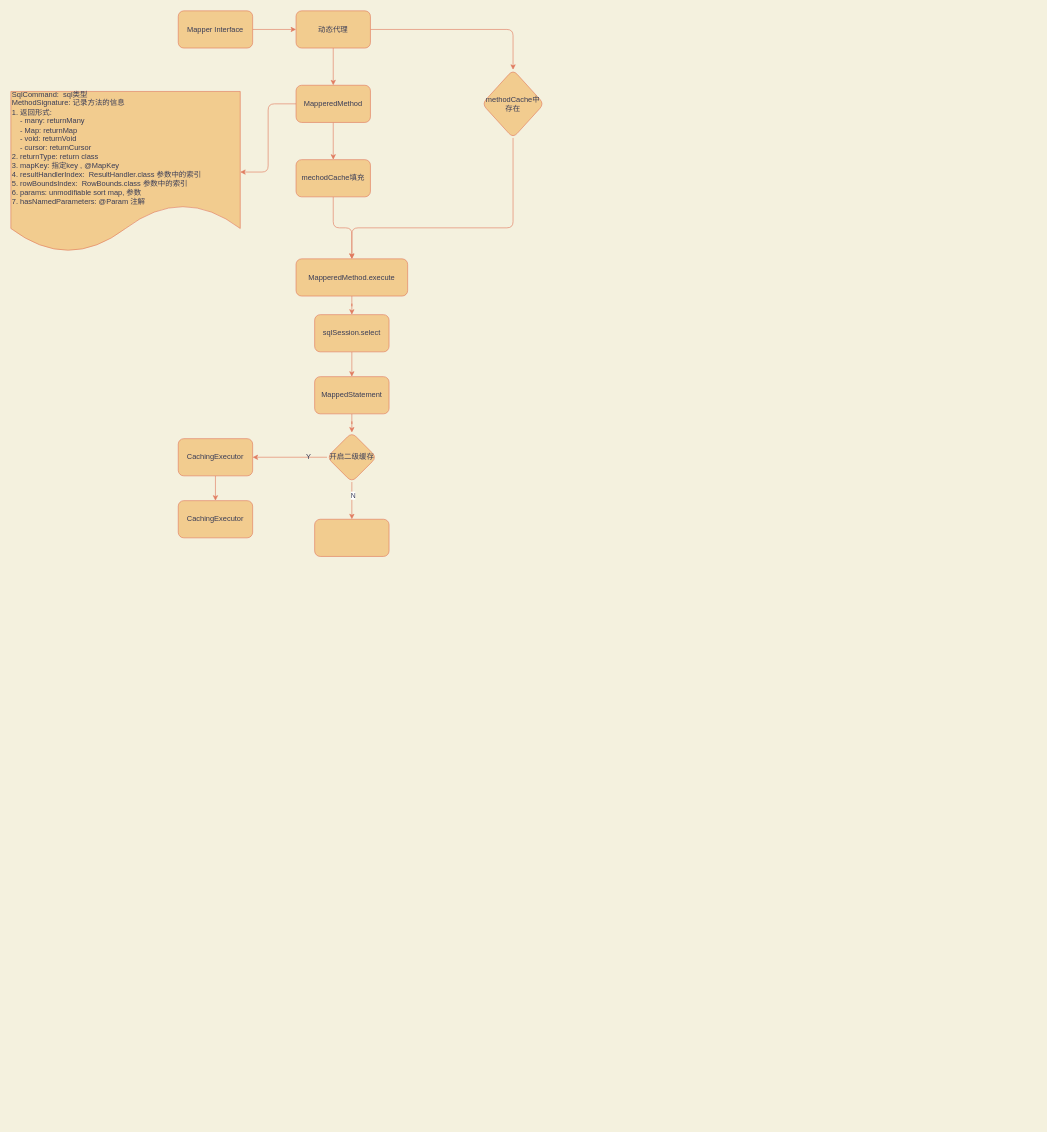
Above: page "第 2 页" (2 of 2) of drawioes/mybatis.drawio in moriwuzhe/org-diagrams (draw.io), before the change. Source tidied: cells renumbered, new cells numbered last; positions are measured from the earlier drawing's top-left corner, leaving out a move shared by most shapes. Both pictures are drawn from the tidied source at 62%, with x=0, y=0 at pixel (11, 11).
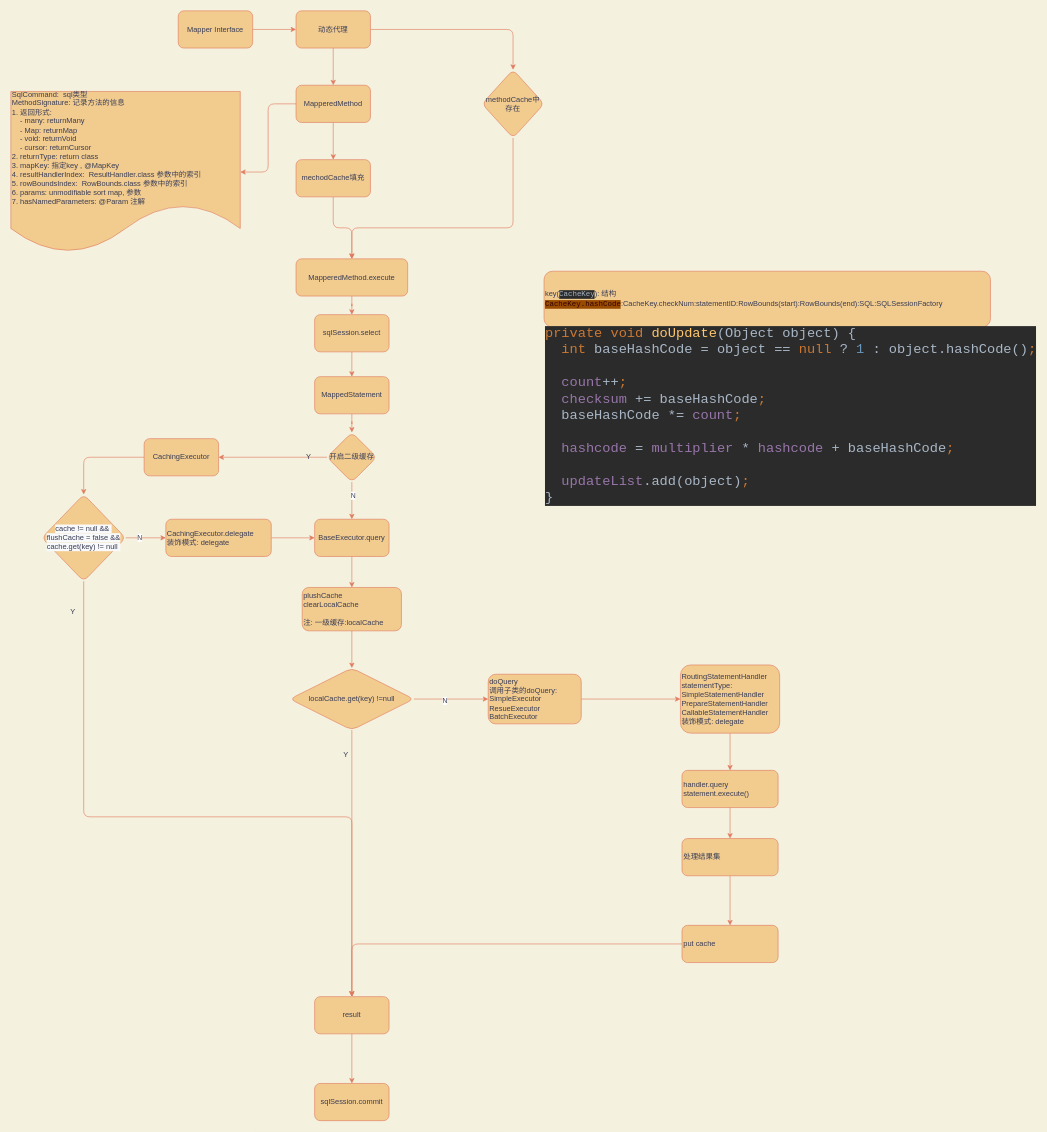
After the change.

Diff of the diagram source:
```diff
@@
+    <mxCell id="30" style="edgeStyle=orthogonalEdgeStyle;curved=0;rounded=1;sketch=0;jettySize=auto;html=1;strokeColor=#E07A5F;fillColor=#F2CC8F;fontColor=#393C56;" parent="1" edge="1" source="25" target="41">
+      <mxGeometry relative="1" as="geometry" />
+    </mxCell>
-    <mxCell id="25" style="whiteSpace=wrap;html=1;rounded=1;fontColor=#393C56;strokeColor=#E07A5F;fillColor=#F2CC8F;sketch=0;" parent="1" vertex="1">
+    <mxCell id="25" value="BaseExecutor.query" style="whiteSpace=wrap;html=1;rounded=1;fontColor=#393C56;strokeColor=#E07A5F;fillColor=#F2CC8F;sketch=0;" parent="1" vertex="1">
       <mxGeometry x="490" y="820" width="120" height="60" as="geometry" />
     </mxCell>
-    <mxCell id="26" style="edgeStyle=orthogonalEdgeStyle;curved=0;rounded=1;sketch=0;jettySize=auto;html=1;strokeColor=#E07A5F;fillColor=#F2CC8F;fontColor=#393C56;" parent="1" edge="1" source="27" target="29">
+    <mxCell id="26" style="edgeStyle=orthogonalEdgeStyle;curved=0;rounded=1;sketch=0;jettySize=auto;html=1;strokeColor=#E07A5F;fillColor=#F2CC8F;fontColor=#393C56;" parent="1" edge="1" source="27" target="34">
       <mxGeometry relative="1" as="geometry" />
     </mxCell>
     <mxCell id="27" value="CachingExecutor" style="whiteSpace=wrap;html=1;rounded=1;fontColor=#393C56;strokeColor=#E07A5F;fillColor=#F2CC8F;sketch=0;" parent="1" vertex="1">
-      <mxGeometry x="270" y="690" width="120" height="60" as="geometry" />
+      <mxGeometry x="215" y="690" width="120" height="60" as="geometry" />
     </mxCell>
@@
-    <mxCell id="29" value="CachingExecutor" style="whiteSpace=wrap;html=1;rounded=1;fontColor=#393C56;strokeColor=#E07A5F;fillColor=#F2CC8F;sketch=0;" parent="1" vertex="1">
-      <mxGeometry x="270" y="790" width="120" height="60" as="geometry" />
-    </mxCell>
+    <mxCell id="31" style="edgeStyle=orthogonalEdgeStyle;curved=0;rounded=1;sketch=0;jettySize=auto;html=1;strokeColor=#E07A5F;fillColor=#F2CC8F;fontColor=#393C56;exitX=0.5;exitY=1;exitDx=0;exitDy=0;entryX=0.5;entryY=0;entryDx=0;entryDy=0;" parent="1" edge="1" source="34" target="36">
+      <mxGeometry relative="1" as="geometry">
+        <Array as="points">
+          <mxPoint x="118" y="1300" />
+          <mxPoint x="550" y="1300" />
+        </Array>
+      </mxGeometry>
+    </mxCell>
+    <mxCell id="32" style="edgeStyle=orthogonalEdgeStyle;curved=0;rounded=1;sketch=0;jettySize=auto;html=1;entryX=0;entryY=0.5;entryDx=0;entryDy=0;strokeColor=#E07A5F;fillColor=#F2CC8F;fontColor=#393C56;" parent="1" edge="1" source="34" target="39">
+      <mxGeometry relative="1" as="geometry" />
+    </mxCell>
+    <mxCell id="33" value="N" style="edgeLabel;html=1;align=center;verticalAlign=middle;fontColor=#393C56;" parent="32" vertex="1">
+      <mxGeometry x="-0.32" y="1" relative="1" as="geometry" />
+    </mxCell>
+    <mxCell id="34" value="&#10;&#10;&lt;span style=&quot;color: rgb(57, 60, 86); font-family: helvetica; font-size: 12px; font-style: normal; font-weight: 400; letter-spacing: normal; text-align: left; text-indent: 0px; text-transform: none; word-spacing: 0px; background-color: rgb(248, 249, 250); display: inline; float: none;&quot;&gt;cache != null &amp;amp;&amp;amp;&amp;nbsp;&lt;/span&gt;&lt;br style=&quot;color: rgb(57, 60, 86); font-family: helvetica; font-size: 12px; font-style: normal; font-weight: 400; letter-spacing: normal; text-align: left; text-indent: 0px; text-transform: none; word-spacing: 0px; background-color: rgb(248, 249, 250);&quot;&gt;&lt;div style=&quot;color: rgb(57, 60, 86); font-family: helvetica; font-size: 12px; font-style: normal; font-weight: 400; letter-spacing: normal; text-align: left; text-indent: 0px; text-transform: none; word-spacing: 0px; background-color: rgb(248, 249, 250);&quot;&gt;&lt;span&gt;flushCache = false &amp;amp;&amp;amp;&lt;/span&gt;&lt;/div&gt;&lt;div style=&quot;color: rgb(57, 60, 86); font-family: helvetica; font-size: 12px; font-style: normal; font-weight: 400; letter-spacing: normal; text-align: left; text-indent: 0px; text-transform: none; word-spacing: 0px; background-color: rgb(248, 249, 250);&quot;&gt;&lt;span&gt;cache.get(key) != null&lt;/span&gt;&lt;/div&gt;&#10;&#10;" style="rhombus;whiteSpace=wrap;html=1;rounded=1;fontColor=#393C56;strokeColor=#E07A5F;fillColor=#F2CC8F;sketch=0;" parent="1" vertex="1">
+      <mxGeometry x="50" y="780" width="135" height="140" as="geometry" />
+    </mxCell>
+    <mxCell id="35" style="edgeStyle=orthogonalEdgeStyle;curved=0;rounded=1;sketch=0;jettySize=auto;html=1;strokeColor=#E07A5F;fillColor=#F2CC8F;fontColor=#393C56;" parent="1" edge="1" source="36" target="59">
+      <mxGeometry relative="1" as="geometry" />
+    </mxCell>
+    <mxCell id="36" value="result" style="whiteSpace=wrap;html=1;rounded=1;fontColor=#393C56;strokeColor=#E07A5F;fillColor=#F2CC8F;sketch=0;" parent="1" vertex="1">
+      <mxGeometry x="490" y="1590" width="120" height="60" as="geometry" />
+    </mxCell>
+    <mxCell id="37" value="Y" style="text;html=1;align=center;verticalAlign=middle;fontColor=#393C56;" parent="1" vertex="1">
+      <mxGeometry x="90" y="960" width="20" height="20" as="geometry" />
+    </mxCell>
+    <mxCell id="38" style="edgeStyle=orthogonalEdgeStyle;curved=0;rounded=1;sketch=0;jettySize=auto;html=1;entryX=0;entryY=0.5;entryDx=0;entryDy=0;strokeColor=#E07A5F;fillColor=#F2CC8F;fontColor=#393C56;" parent="1" edge="1" source="39" target="25">
+      <mxGeometry relative="1" as="geometry" />
+    </mxCell>
+    <mxCell id="39" value="CachingExecutor.delegate&lt;br&gt;装饰模式: delegate" style="whiteSpace=wrap;html=1;rounded=1;fontColor=#393C56;strokeColor=#E07A5F;fillColor=#F2CC8F;sketch=0;align=left;" parent="1" vertex="1">
+      <mxGeometry x="250" y="820" width="170" height="60" as="geometry" />
+    </mxCell>
+    <mxCell id="40" style="edgeStyle=orthogonalEdgeStyle;curved=0;rounded=1;sketch=0;jettySize=auto;html=1;strokeColor=#E07A5F;fillColor=#F2CC8F;fontColor=#393C56;" parent="1" edge="1" source="41" target="45">
+      <mxGeometry relative="1" as="geometry" />
+    </mxCell>
+    <mxCell id="41" value="plushCache&lt;br&gt;&lt;div&gt;&lt;span&gt;clearLocalCache&lt;/span&gt;&lt;/div&gt;&lt;div&gt;&lt;span&gt;&lt;br&gt;&lt;/span&gt;&lt;/div&gt;&lt;div&gt;注: 一级缓存:localCache&lt;/div&gt;" style="whiteSpace=wrap;html=1;rounded=1;fontColor=#393C56;strokeColor=#E07A5F;fillColor=#F2CC8F;sketch=0;align=left;" parent="1" vertex="1">
+      <mxGeometry x="470" y="930" width="160" height="70" as="geometry" />
+    </mxCell>
+    <mxCell id="42" style="edgeStyle=orthogonalEdgeStyle;curved=0;rounded=1;sketch=0;jettySize=auto;html=1;strokeColor=#E07A5F;fillColor=#F2CC8F;fontColor=#393C56;" parent="1" edge="1" source="45" target="48">
+      <mxGeometry relative="1" as="geometry" />
+    </mxCell>
+    <mxCell id="43" value="N" style="edgeLabel;html=1;align=center;verticalAlign=middle;fontColor=#393C56;" parent="42" vertex="1">
+      <mxGeometry x="-0.18" y="-2" relative="1" as="geometry" />
+    </mxCell>
+    <mxCell id="44" style="edgeStyle=orthogonalEdgeStyle;curved=0;rounded=1;sketch=0;jettySize=auto;html=1;entryX=0.5;entryY=0;entryDx=0;entryDy=0;strokeColor=#E07A5F;fillColor=#F2CC8F;fontColor=#393C56;" parent="1" edge="1" source="45" target="36">
+      <mxGeometry relative="1" as="geometry" />
+    </mxCell>
+    <mxCell id="45" value="localCache.get(key) !=null" style="rhombus;whiteSpace=wrap;html=1;rounded=1;fontColor=#393C56;align=center;strokeColor=#E07A5F;fillColor=#F2CC8F;sketch=0;" parent="1" vertex="1">
+      <mxGeometry x="450" y="1060" width="200" height="100" as="geometry" />
+    </mxCell>
+    <mxCell id="46" value="Y" style="text;html=1;align=center;verticalAlign=middle;fontColor=#393C56;" parent="1" vertex="1">
+      <mxGeometry x="530" y="1190" width="20" height="20" as="geometry" />
+    </mxCell>
+    <mxCell id="47" style="edgeStyle=orthogonalEdgeStyle;curved=0;rounded=1;sketch=0;jettySize=auto;html=1;strokeColor=#E07A5F;fillColor=#F2CC8F;fontColor=#393C56;" parent="1" edge="1" source="48" target="50">
+      <mxGeometry relative="1" as="geometry" />
+    </mxCell>
+    <mxCell id="48" value="doQuery&lt;br&gt;调用子类的doQuery:&lt;br&gt;SimpleExecutor&lt;br&gt;ResueExecutor&lt;br&gt;BatchExecutor" style="whiteSpace=wrap;html=1;rounded=1;fontColor=#393C56;strokeColor=#E07A5F;fillColor=#F2CC8F;sketch=0;align=left;" parent="1" vertex="1">
+      <mxGeometry x="770" y="1070" width="150" height="80" as="geometry" />
+    </mxCell>
+    <mxCell id="49" style="edgeStyle=orthogonalEdgeStyle;curved=0;rounded=1;sketch=0;jettySize=auto;html=1;strokeColor=#E07A5F;fillColor=#F2CC8F;fontColor=#393C56;" parent="1" edge="1" source="50" target="52">
+      <mxGeometry relative="1" as="geometry" />
+    </mxCell>
+    <mxCell id="50" value="RoutingStatementHandler&lt;br&gt;statementType:&lt;br&gt;SimpleStatementHandler&lt;br&gt;PrepareStatementHandler&lt;br&gt;CallableStatementHandler&lt;br&gt;装饰模式: delegate" style="whiteSpace=wrap;html=1;rounded=1;fontColor=#393C56;strokeColor=#E07A5F;fillColor=#F2CC8F;sketch=0;align=left;" parent="1" vertex="1">
+      <mxGeometry x="1080" y="1055" width="160" height="110" as="geometry" />
+    </mxCell>
+    <mxCell id="51" style="edgeStyle=orthogonalEdgeStyle;curved=0;rounded=1;sketch=0;jettySize=auto;html=1;strokeColor=#E07A5F;fillColor=#F2CC8F;fontColor=#393C56;" parent="1" edge="1" source="52" target="54">
+      <mxGeometry relative="1" as="geometry" />
+    </mxCell>
+    <mxCell id="52" value="handler.query&lt;br&gt;statement.execute()" style="whiteSpace=wrap;html=1;rounded=1;fontColor=#393C56;strokeColor=#E07A5F;fillColor=#F2CC8F;sketch=0;align=left;" parent="1" vertex="1">
+      <mxGeometry x="1082.5" y="1225" width="155" height="60" as="geometry" />
+    </mxCell>
+    <mxCell id="53" style="edgeStyle=orthogonalEdgeStyle;curved=0;rounded=1;sketch=0;jettySize=auto;html=1;strokeColor=#E07A5F;fillColor=#F2CC8F;fontColor=#393C56;" parent="1" edge="1" source="54" target="58">
+      <mxGeometry relative="1" as="geometry" />
+    </mxCell>
+    <mxCell id="54" value="处理结果集" style="whiteSpace=wrap;html=1;rounded=1;fontColor=#393C56;strokeColor=#E07A5F;fillColor=#F2CC8F;sketch=0;align=left;" parent="1" vertex="1">
+      <mxGeometry x="1082.5" y="1335" width="155" height="60" as="geometry" />
+    </mxCell>
+    <mxCell id="55" value="key(&lt;span style=&quot;color: rgb(169 , 183 , 198) ; font-family: &amp;#34;consolas&amp;#34; ; background-color: rgb(43 , 43 , 43)&quot;&gt;&lt;font style=&quot;font-size: 12px&quot;&gt;CacheKey&lt;/font&gt;&lt;/span&gt;): 结构&lt;br&gt;&lt;span style=&quot;font-family: &amp;#34;consolas&amp;#34; ; background-color: rgb(153 , 76 , 0)&quot;&gt;&lt;font color=&quot;#330000&quot;&gt;CacheKey.hashCode&lt;/font&gt;&lt;/span&gt;:CacheKey.checkNum:statementID:RowBounds(start):RowBounds(end):SQL:SQLSessionFactory" style="rounded=1;whiteSpace=wrap;html=1;sketch=0;strokeColor=#E07A5F;fillColor=#F2CC8F;fontColor=#393C56;align=left;" parent="1" vertex="1">
+      <mxGeometry x="860" y="420" width="720" height="90" as="geometry" />
+    </mxCell>
+    <mxCell id="56" value="&lt;pre style=&quot;background-color: #2b2b2b ; color: #a9b7c6 ; font-family: &amp;quot;consolas&amp;quot; ; font-size: 16.5pt&quot;&gt;&lt;span style=&quot;color: #cc7832&quot;&gt;private void &lt;/span&gt;&lt;span style=&quot;color: #ffc66d&quot;&gt;doUpdate&lt;/span&gt;(Object object) {&lt;br&gt;  &lt;span style=&quot;color: #cc7832&quot;&gt;int &lt;/span&gt;baseHashCode = object == &lt;span style=&quot;color: #cc7832&quot;&gt;null &lt;/span&gt;? &lt;span style=&quot;color: #6897bb&quot;&gt;1 &lt;/span&gt;: object.hashCode()&lt;span style=&quot;color: #cc7832&quot;&gt;;&lt;br&gt;&lt;/span&gt;&lt;span style=&quot;color: #cc7832&quot;&gt;&lt;br&gt;&lt;/span&gt;&lt;span style=&quot;color: #cc7832&quot;&gt;  &lt;/span&gt;&lt;span style=&quot;color: #9876aa&quot;&gt;count&lt;/span&gt;++&lt;span style=&quot;color: #cc7832&quot;&gt;;&lt;br&gt;&lt;/span&gt;&lt;span style=&quot;color: #cc7832&quot;&gt;  &lt;/span&gt;&lt;span style=&quot;color: #9876aa&quot;&gt;checksum &lt;/span&gt;+= baseHashCode&lt;span style=&quot;color: #cc7832&quot;&gt;;&lt;br&gt;&lt;/span&gt;&lt;span style=&quot;color: #cc7832&quot;&gt;  &lt;/span&gt;baseHashCode *= &lt;span style=&quot;color: #9876aa&quot;&gt;count&lt;/span&gt;&lt;span style=&quot;color: #cc7832&quot;&gt;;&lt;br&gt;&lt;/span&gt;&lt;span style=&quot;color: #cc7832&quot;&gt;&lt;br&gt;&lt;/span&gt;&lt;span style=&quot;color: #cc7832&quot;&gt;  &lt;/span&gt;&lt;span style=&quot;color: #9876aa&quot;&gt;hashcode &lt;/span&gt;= &lt;span style=&quot;color: #9876aa&quot;&gt;multiplier &lt;/span&gt;* &lt;span style=&quot;color: #9876aa&quot;&gt;hashcode &lt;/span&gt;+ baseHashCode&lt;span style=&quot;color: #cc7832&quot;&gt;;&lt;br&gt;&lt;/span&gt;&lt;span style=&quot;color: #cc7832&quot;&gt;&lt;br&gt;&lt;/span&gt;&lt;span style=&quot;color: #cc7832&quot;&gt;  &lt;/span&gt;&lt;span style=&quot;color: #9876aa&quot;&gt;updateList&lt;/span&gt;.add(object)&lt;span style=&quot;color: #cc7832&quot;&gt;;&lt;br&gt;&lt;/span&gt;}&lt;/pre&gt;" style="text;whiteSpace=wrap;html=1;fontColor=#393C56;" parent="1" vertex="1">
+      <mxGeometry x="860" y="480" width="550" height="210" as="geometry" />
+    </mxCell>
+    <mxCell id="57" style="edgeStyle=orthogonalEdgeStyle;curved=0;rounded=1;sketch=0;jettySize=auto;html=1;entryX=0.5;entryY=0;entryDx=0;entryDy=0;strokeColor=#E07A5F;fillColor=#F2CC8F;fontColor=#393C56;" parent="1" edge="1" source="58" target="36">
+      <mxGeometry relative="1" as="geometry" />
+    </mxCell>
+    <mxCell id="58" value="put cache" style="whiteSpace=wrap;html=1;rounded=1;fontColor=#393C56;strokeColor=#E07A5F;fillColor=#F2CC8F;sketch=0;align=left;" parent="1" vertex="1">
+      <mxGeometry x="1082.5" y="1475" width="155" height="60" as="geometry" />
+    </mxCell>
+    <mxCell id="59" value="sqlSession.commit" style="whiteSpace=wrap;html=1;rounded=1;fontColor=#393C56;strokeColor=#E07A5F;fillColor=#F2CC8F;sketch=0;" parent="1" vertex="1">
+      <mxGeometry x="490" y="1730" width="120" height="60" as="geometry" />
+    </mxCell>
```
